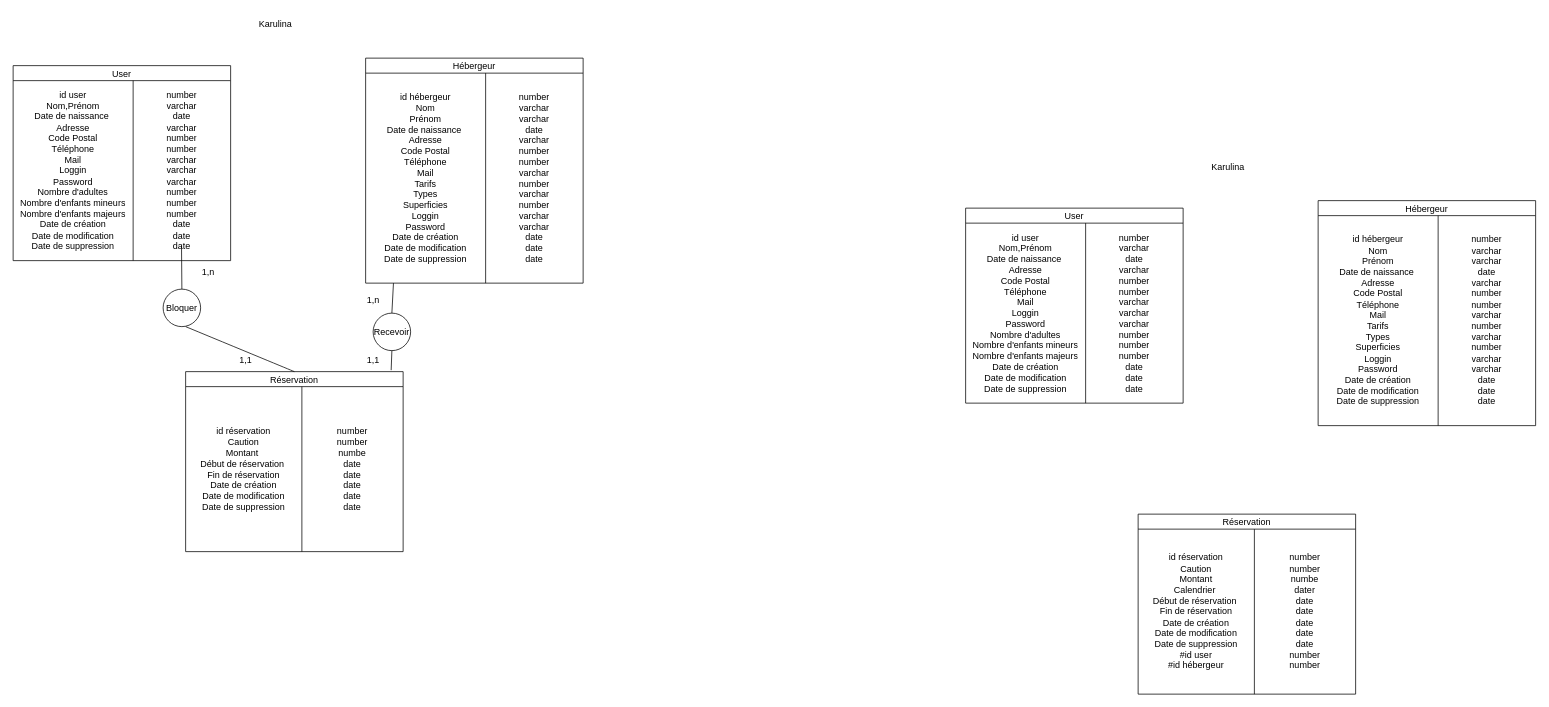
This is Karulina.drawio from SAKYO17/fantastic-guacamole, a draw.io file, before an edit. Source tidied: cells renumbered, new cells numbered last; positions are measured from the earlier drawing's top-left corner, leaving out a move shared by most shapes. Both pictures are drawn from the tidied source at 75%, with x=0, y=0 at pixel (13, 13).
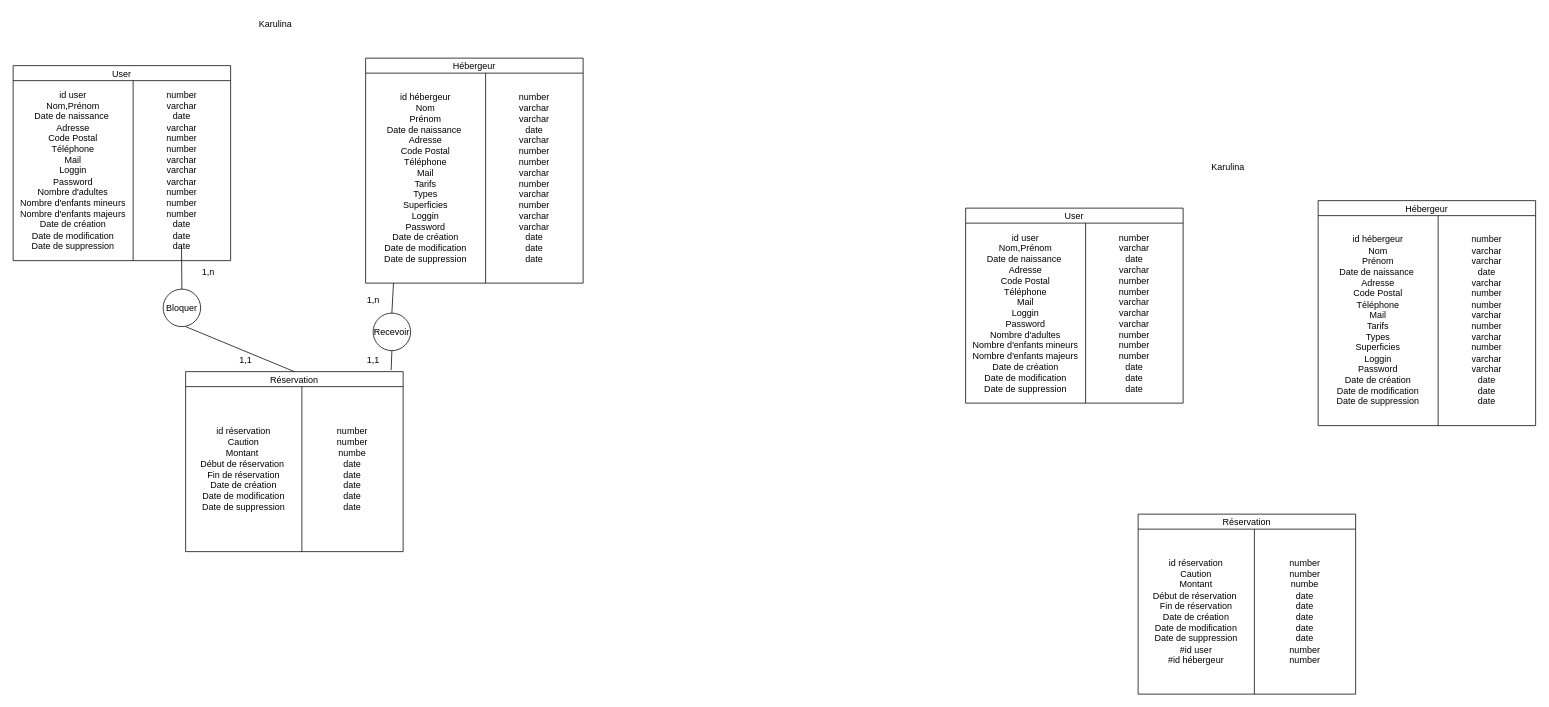
Above is the later version.

Commit message:
Mettre à jour Karulina.drawio

Unchanged cells that the change refers to:
```xml
<mxCell id="35" style="shape=tableRow;horizontal=0;startSize=0;swimlaneHead=0;swimlaneBody=0;strokeColor=inherit;top=0;left=0;bottom=0;right=0;fillColor=none;" parent="34" vertex="1">
  <mxGeometry y="20" width="290" height="220" as="geometry" />
</mxCell>
```

Diff of the diagram source:
```diff
@@
-    <mxCell id="36" value="id réservation&lt;div&gt;Caution&lt;/div&gt;&lt;div&gt;Montant&lt;/div&gt;&lt;div&gt;Calendrier&amp;nbsp;&lt;/div&gt;&lt;div&gt;Début de réservation&amp;nbsp;&lt;/div&gt;&lt;div&gt;Fin de réservation&lt;/div&gt;&lt;div&gt;Date de création&lt;/div&gt;&lt;div&gt;Date de modification&lt;/div&gt;&lt;div&gt;Date de suppression&lt;/div&gt;&lt;div&gt;#id user&lt;/div&gt;&lt;div&gt;#id hébergeur&lt;/div&gt;" style="shape=partialRectangle;html=1;whiteSpace=wrap;strokeColor=inherit;overflow=hidden;fillColor=none;top=0;left=0;bottom=0;right=0;" parent="35" vertex="1">
+    <mxCell id="36" value="id réservation&lt;div&gt;Caution&lt;/div&gt;&lt;div&gt;Montant&lt;/div&gt;&lt;div&gt;Début de réservation&amp;nbsp;&lt;/div&gt;&lt;div&gt;Fin de réservation&lt;/div&gt;&lt;div&gt;Date de création&lt;/div&gt;&lt;div&gt;Date de modification&lt;/div&gt;&lt;div&gt;Date de suppression&lt;/div&gt;&lt;div&gt;#id user&lt;/div&gt;&lt;div&gt;#id hébergeur&lt;/div&gt;" style="shape=partialRectangle;html=1;whiteSpace=wrap;strokeColor=inherit;overflow=hidden;fillColor=none;top=0;left=0;bottom=0;right=0;" parent="35" vertex="1">
       <mxGeometry width="155" height="220" as="geometry" />
     </mxCell>
-    <mxCell id="37" value="number&lt;br&gt;&lt;div&gt;number&lt;/div&gt;&lt;div&gt;numbe&lt;/div&gt;&lt;div&gt;dater&lt;/div&gt;&lt;div&gt;date&lt;/div&gt;&lt;div&gt;date&lt;/div&gt;&lt;div&gt;date&lt;/div&gt;&lt;div&gt;date&lt;/div&gt;&lt;div&gt;date&lt;/div&gt;&lt;div&gt;number&lt;/div&gt;&lt;div&gt;number&lt;/div&gt;" style="shape=partialRectangle;html=1;whiteSpace=wrap;strokeColor=inherit;overflow=hidden;fillColor=none;top=0;left=0;bottom=0;right=0;" parent="35" vertex="1">
+    <mxCell id="37" value="number&lt;br&gt;&lt;div&gt;number&lt;/div&gt;&lt;div&gt;numbe&lt;/div&gt;&lt;div&gt;date&lt;/div&gt;&lt;div&gt;date&lt;/div&gt;&lt;div&gt;date&lt;/div&gt;&lt;div&gt;date&lt;/div&gt;&lt;div&gt;date&lt;/div&gt;&lt;div&gt;number&lt;/div&gt;&lt;div&gt;number&lt;/div&gt;" style="shape=partialRectangle;html=1;whiteSpace=wrap;strokeColor=inherit;overflow=hidden;fillColor=none;top=0;left=0;bottom=0;right=0;" parent="35" vertex="1">
       <mxGeometry x="155" width="135" height="220" as="geometry" />
     </mxCell>
```
